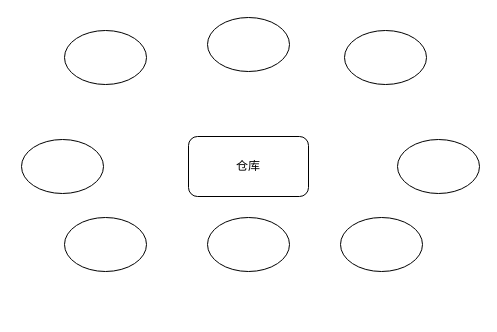
Earlier version of the draw.io diagram 软考.drawio (xiaodongYao/DrawIO). Source tidied: cells renumbered, new cells numbered last; positions are measured from the earlier drawing's top-left corner, leaving out a move shared by most shapes. Both pictures are drawn from the tidied source at 100%, with x=0, y=0 at pixel (21, 17).
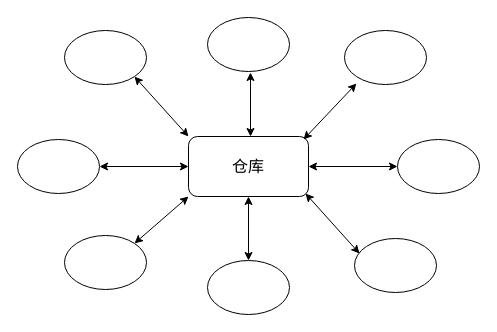
Above is the later version.

The change refers to these unchanged cells:
```xml
<mxCell id="4" style="ellipse;whiteSpace=wrap;html=1;" parent="1" vertex="1">
  <mxGeometry x="43" y="13" width="82" height="54" as="geometry" />
</mxCell>
<mxCell id="7" style="ellipse;whiteSpace=wrap;html=1;" parent="1" vertex="1">
  <mxGeometry x="323" y="13" width="82" height="54" as="geometry" />
</mxCell>
<mxCell id="10" style="ellipse;whiteSpace=wrap;html=1;" parent="1" vertex="1">
  <mxGeometry x="376" y="122" width="82" height="54" as="geometry" />
</mxCell>
```

What changed in the source:
```diff
@@
-    <mxCell id="2" value="仓库" style="rounded=1;whiteSpace=wrap;html=1;" parent="1" vertex="1">
+    <mxCell id="2" value="仓库" style="rounded=1;whiteSpace=wrap;html=1;fontSize=16;" parent="1" vertex="1">
       <mxGeometry x="167" y="119" width="120" height="60" as="geometry" />
     </mxCell>
@@
     <mxCell id="5" style="ellipse;whiteSpace=wrap;html=1;" parent="1" vertex="1">
-      <mxGeometry y="122" width="82" height="54" as="geometry" />
+      <mxGeometry x="-4" y="122" width="82" height="54" as="geometry" />
     </mxCell>
     <mxCell id="6" style="ellipse;whiteSpace=wrap;html=1;" parent="1" vertex="1">
-      <mxGeometry x="43" y="200" width="82" height="54" as="geometry" />
+      <mxGeometry x="43" y="218" width="82" height="54" as="geometry" />
     </mxCell>
@@
     <mxCell id="8" style="ellipse;whiteSpace=wrap;html=1;" parent="1" vertex="1">
-      <mxGeometry x="319" y="200" width="82" height="54" as="geometry" />
+      <mxGeometry x="333" y="221" width="82" height="54" as="geometry" />
     </mxCell>
     <mxCell id="9" style="ellipse;whiteSpace=wrap;html=1;" parent="1" vertex="1">
-      <mxGeometry x="186" y="200" width="82" height="54" as="geometry" />
+      <mxGeometry x="186" y="243" width="82" height="54" as="geometry" />
     </mxCell>
@@
+    <mxCell id="11" style="endArrow=classic;startArrow=classic;html=1;rounded=0;entryX=1;entryY=0;entryDx=0;entryDy=0;exitX=0;exitY=1;exitDx=0;exitDy=0;" parent="1" edge="1" source="2" target="6">
+      <mxGeometry relative="1" as="geometry" />
+    </mxCell>
+    <mxCell id="12" style="endArrow=classic;startArrow=classic;html=1;rounded=0;entryX=0;entryY=0;entryDx=0;entryDy=0;exitX=1;exitY=1;exitDx=0;exitDy=0;" parent="1" edge="1">
+      <mxGeometry relative="1" as="geometry">
+        <mxPoint x="284" y="176" as="sourcePoint" />
+        <mxPoint x="338" y="236" as="targetPoint" />
+      </mxGeometry>
+    </mxCell>
+    <mxCell id="13" style="endArrow=classic;startArrow=classic;html=1;rounded=0;entryX=0;entryY=0.5;entryDx=0;entryDy=0;exitX=1;exitY=0.5;exitDx=0;exitDy=0;" parent="1" edge="1" source="2" target="10">
+      <mxGeometry relative="1" as="geometry" />
+    </mxCell>
+    <mxCell id="14" style="endArrow=classic;startArrow=classic;html=1;rounded=0;entryX=0;entryY=0;entryDx=0;entryDy=0;exitX=1;exitY=1;exitDx=0;exitDy=0;" parent="1" edge="1" source="4" target="2">
+      <mxGeometry relative="1" as="geometry" />
+    </mxCell>
+    <mxCell id="15" style="endArrow=classic;startArrow=classic;html=1;rounded=0;entryX=0;entryY=0.5;entryDx=0;entryDy=0;exitX=1;exitY=0.5;exitDx=0;exitDy=0;" parent="1" edge="1" source="5" target="2">
+      <mxGeometry relative="1" as="geometry" />
+    </mxCell>
+    <mxCell id="16" style="endArrow=classic;startArrow=classic;html=1;rounded=0;entryX=1;entryY=0;entryDx=0;entryDy=0;exitX=0.146;exitY=0.981;exitDx=0;exitDy=0;exitPerimeter=0;" parent="1" edge="1" source="7">
+      <mxGeometry relative="1" as="geometry">
+        <mxPoint x="282" y="122" as="targetPoint" />
+      </mxGeometry>
+    </mxCell>
+    <mxCell id="17" style="endArrow=classic;startArrow=classic;html=1;rounded=0;entryX=0.5;entryY=1;entryDx=0;entryDy=0;" parent="1" edge="1" source="9" target="2">
+      <mxGeometry relative="1" as="geometry" />
+    </mxCell>
+    <mxCell id="18" style="endArrow=classic;startArrow=classic;html=1;rounded=0;entryX=0.5;entryY=1;entryDx=0;entryDy=0;" parent="1" edge="1">
+      <mxGeometry relative="1" as="geometry">
+        <mxPoint x="229" y="119" as="sourcePoint" />
+        <mxPoint x="229" y="55" as="targetPoint" />
+      </mxGeometry>
+    </mxCell>
```
